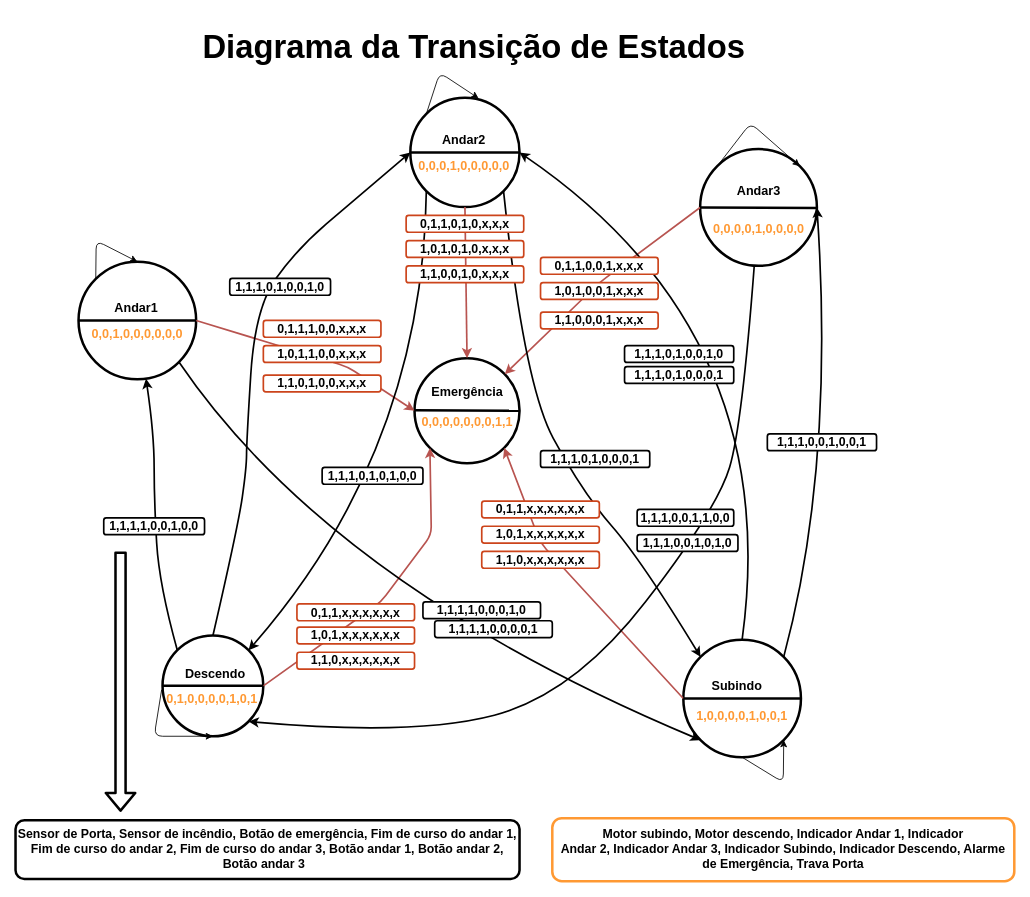
Above: GB/Elevador/Elevador.drawio in davischmitz/prototipacao-digital (draw.io), before the change. Source tidied: cells renumbered, new cells numbered last; positions are measured from the earlier drawing's top-left corner, leaving out a move shared by most shapes. Both pictures are drawn from the tidied source at 84%, with x=0, y=0 at pixel (15, 39).
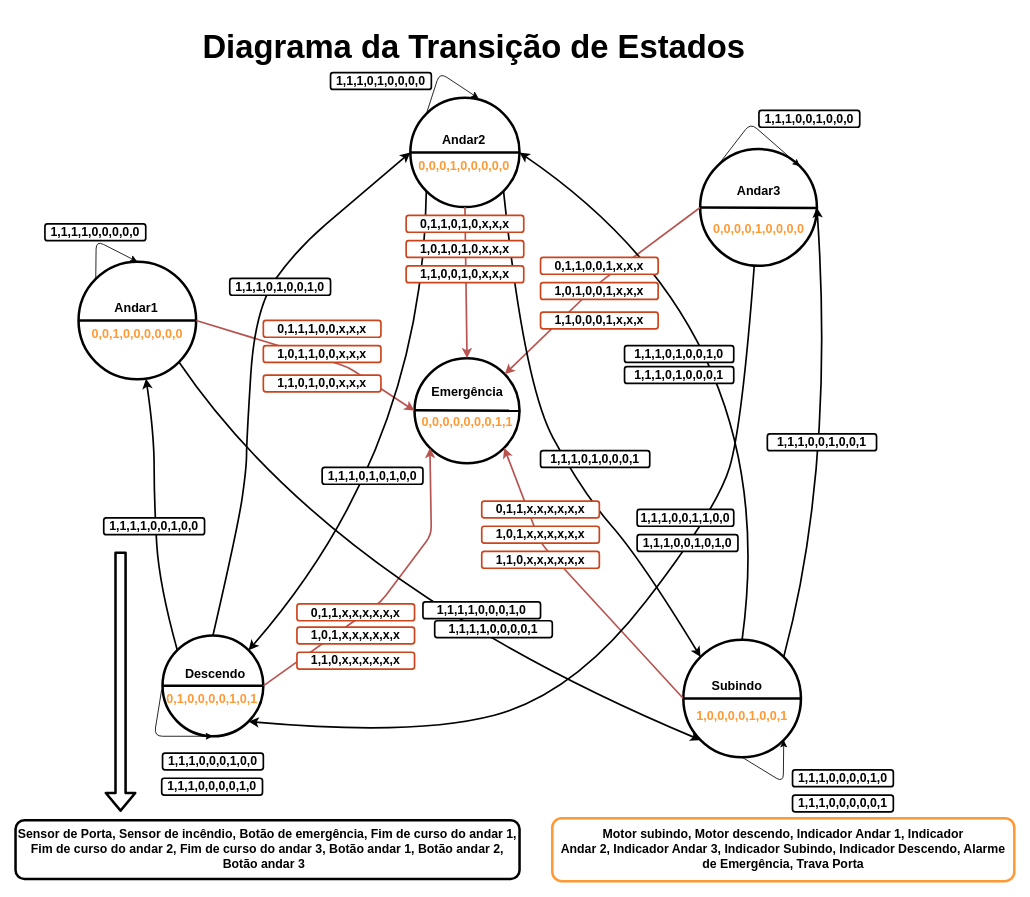
After the change.

Diff of the diagram source:
```diff
@@
+    <mxCell id="74" value="&lt;span id=&quot;docs-internal-guid-e2418df5-7fff-e7c6-6563-67e01c6ffb01&quot;&gt;&lt;span style=&quot;font-size: 11pt ; font-family: &amp;#34;arial&amp;#34; ; background-color: transparent ; vertical-align: baseline&quot;&gt;&lt;b&gt;1,1,1,1,0,0,0,0,0&lt;/b&gt;&lt;/span&gt;&lt;/span&gt;" style="text;html=1;align=center;verticalAlign=middle;whiteSpace=wrap;rounded=1;shadow=0;glass=0;strokeColor=#000000;fillColor=#ffffff;strokeWidth=2;" parent="1" vertex="1">
+      <mxGeometry x="35" y="220" width="120" height="20" as="geometry" />
+    </mxCell>
+    <mxCell id="75" value="&lt;span id=&quot;docs-internal-guid-e2418df5-7fff-e7c6-6563-67e01c6ffb01&quot;&gt;&lt;span style=&quot;font-size: 11pt ; font-family: &amp;#34;arial&amp;#34; ; background-color: transparent ; vertical-align: baseline&quot;&gt;&lt;b&gt;1,1,1,0,1,0,0,0,0&lt;/b&gt;&lt;/span&gt;&lt;/span&gt;" style="text;html=1;align=center;verticalAlign=middle;whiteSpace=wrap;rounded=1;shadow=0;glass=0;strokeColor=#000000;fillColor=#ffffff;strokeWidth=2;" parent="1" vertex="1">
+      <mxGeometry x="375" y="40" width="120" height="20" as="geometry" />
+    </mxCell>
+    <mxCell id="76" value="&lt;span id=&quot;docs-internal-guid-e2418df5-7fff-e7c6-6563-67e01c6ffb01&quot;&gt;&lt;span style=&quot;font-size: 11pt ; font-family: &amp;#34;arial&amp;#34; ; background-color: transparent ; vertical-align: baseline&quot;&gt;&lt;b&gt;1,1,1,0,0,1,0,0,0&lt;/b&gt;&lt;/span&gt;&lt;/span&gt;" style="text;html=1;align=center;verticalAlign=middle;whiteSpace=wrap;rounded=1;shadow=0;glass=0;strokeColor=#000000;fillColor=#ffffff;strokeWidth=2;" parent="1" vertex="1">
+      <mxGeometry x="885" y="85" width="120" height="20" as="geometry" />
+    </mxCell>
+    <mxCell id="77" value="&lt;span id=&quot;docs-internal-guid-e2418df5-7fff-e7c6-6563-67e01c6ffb01&quot;&gt;&lt;span style=&quot;font-size: 11pt ; font-family: &amp;#34;arial&amp;#34; ; background-color: transparent ; vertical-align: baseline&quot;&gt;&lt;b&gt;1,1,1,0,0,0,0,1,0&lt;/b&gt;&lt;/span&gt;&lt;/span&gt;" style="text;html=1;align=center;verticalAlign=middle;whiteSpace=wrap;rounded=1;shadow=0;glass=0;strokeColor=#000000;fillColor=#ffffff;strokeWidth=2;" parent="1" vertex="1">
+      <mxGeometry x="925" y="870" width="120" height="20" as="geometry" />
+    </mxCell>
+    <mxCell id="78" value="&lt;span id=&quot;docs-internal-guid-e2418df5-7fff-e7c6-6563-67e01c6ffb01&quot;&gt;&lt;span style=&quot;font-size: 11pt ; font-family: &amp;#34;arial&amp;#34; ; background-color: transparent ; vertical-align: baseline&quot;&gt;&lt;b&gt;1,1,1,0,0,0,0,0,1&lt;/b&gt;&lt;/span&gt;&lt;/span&gt;" style="text;html=1;align=center;verticalAlign=middle;whiteSpace=wrap;rounded=1;shadow=0;glass=0;strokeColor=#000000;fillColor=#ffffff;strokeWidth=2;" parent="1" vertex="1">
+      <mxGeometry x="925" y="900" width="120" height="20" as="geometry" />
+    </mxCell>
+    <mxCell id="79" value="&lt;span id=&quot;docs-internal-guid-e2418df5-7fff-e7c6-6563-67e01c6ffb01&quot;&gt;&lt;span style=&quot;font-size: 11pt ; font-family: &amp;#34;arial&amp;#34; ; background-color: transparent ; vertical-align: baseline&quot;&gt;&lt;b&gt;1,1,1,0,0,0,1,0,0&lt;/b&gt;&lt;/span&gt;&lt;/span&gt;" style="text;html=1;align=center;verticalAlign=middle;whiteSpace=wrap;rounded=1;shadow=0;glass=0;strokeColor=#000000;fillColor=#ffffff;strokeWidth=2;" parent="1" vertex="1">
+      <mxGeometry x="175" y="850" width="120" height="20" as="geometry" />
+    </mxCell>
+    <mxCell id="80" value="&lt;span id=&quot;docs-internal-guid-e2418df5-7fff-e7c6-6563-67e01c6ffb01&quot;&gt;&lt;span style=&quot;font-size: 11pt ; font-family: &amp;#34;arial&amp;#34; ; background-color: transparent ; vertical-align: baseline&quot;&gt;&lt;b&gt;1,1,1,0,0,0,0,1,0&lt;/b&gt;&lt;/span&gt;&lt;/span&gt;" style="text;html=1;align=center;verticalAlign=middle;whiteSpace=wrap;rounded=1;shadow=0;glass=0;strokeColor=#000000;fillColor=#ffffff;strokeWidth=2;" parent="1" vertex="1">
+      <mxGeometry x="174" y="880" width="120" height="20" as="geometry" />
+    </mxCell>
```
